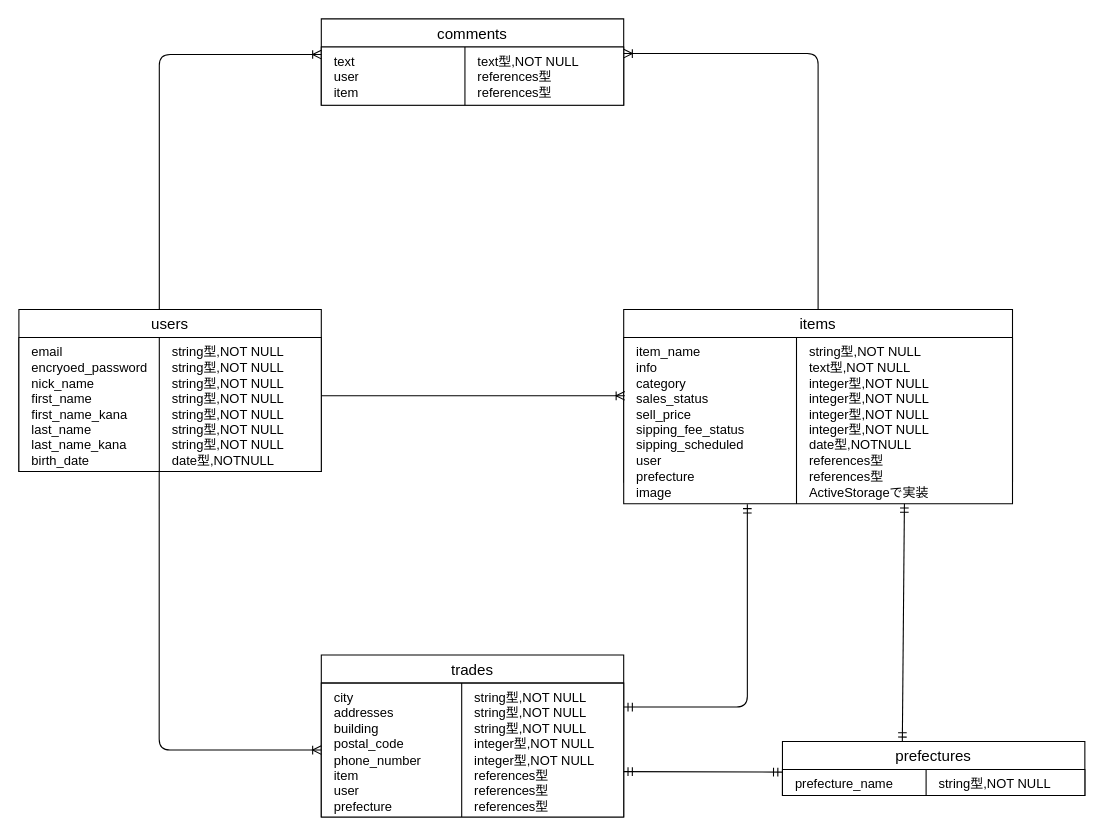
Earlier version of the draw.io diagram furima-32347.dio (vnork/furima-32347). Source tidied: cells renumbered, new cells numbered last; positions are measured from the earlier drawing's top-left corner, leaving out a move shared by most shapes. Both pictures are drawn from the tidied source at 108%, with x=0, y=0 at pixel (18, 18).
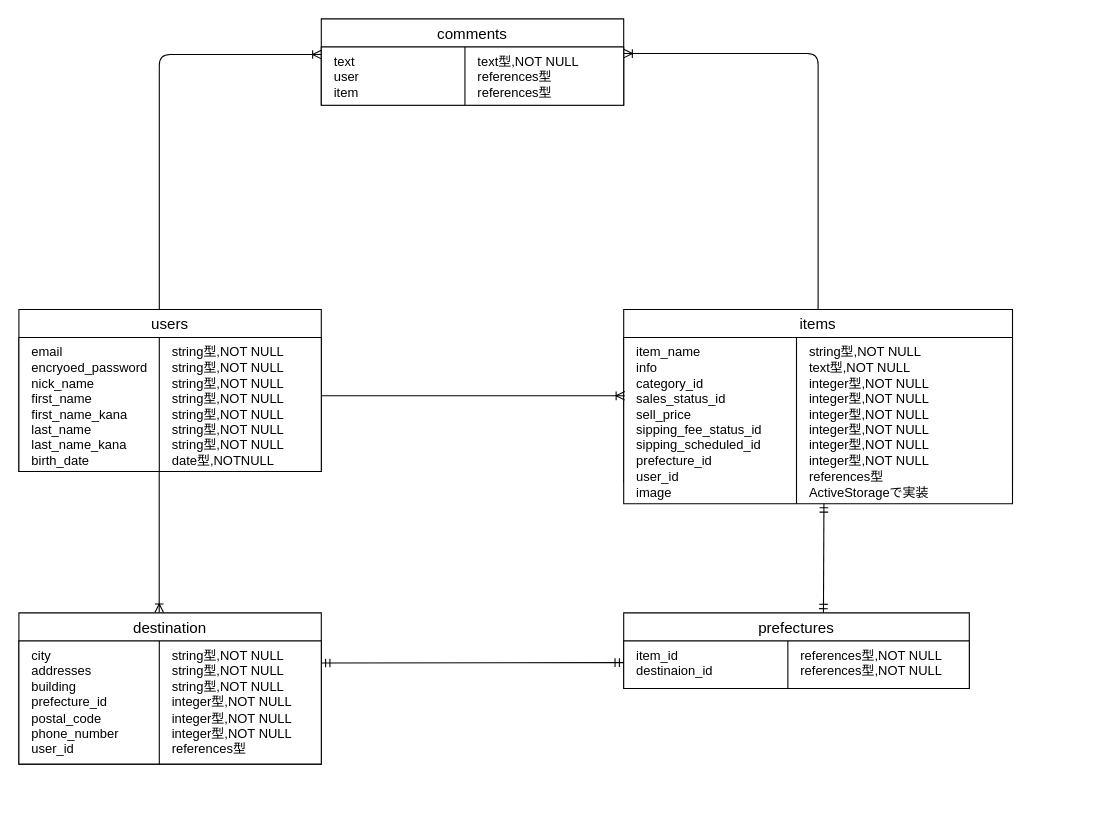
Above is the later version.

Commit message (it also covers changes not shown here):
データベース設計修正1

The change refers to these unchanged cells:
```xml
<mxCell id="3" style="shape=table;html=1;whiteSpace=wrap;startSize=0;childLayout=tableLayout;" parent="2" vertex="1">
  <mxGeometry y="26" width="280" height="124" as="geometry" />
</mxCell>
<mxCell id="9" style="shape=partialRectangle;html=1;whiteSpace=wrap;fillColor=none;top=0;left=0;bottom=0;right=0;points=[[0,0.5],[1,0.5]];portConstraint=eastwest;spacingLeft=2;" parent="8" vertex="1">
  <mxGeometry width="360" height="154" as="geometry" />
</mxCell>
```

The edit, as a diff of the source:
```diff
@@
-    <mxCell id="10" value="item_name&lt;br&gt;info&lt;br&gt;category&lt;br&gt;sales_status&lt;br&gt;sell_price&lt;br&gt;sipping_fee_status&lt;br&gt;sipping_scheduled&lt;br&gt;user&lt;br&gt;prefecture&lt;br&gt;image" style="shape=partialRectangle;html=1;whiteSpace=wrap;overflow=hidden;fillColor=none;top=0;left=0;bottom=0;right=0;align=left;spacingLeft=10;verticalAlign=top;" parent="9" vertex="1">
+    <mxCell id="10" value="item_name&lt;br&gt;info&lt;br&gt;category_id&lt;br&gt;sales_status_id&lt;br&gt;sell_price&lt;br&gt;sipping_fee_status_id&lt;br&gt;sipping_scheduled_id&lt;br&gt;prefecture_id&lt;br&gt;user_id&lt;br&gt;image" style="shape=partialRectangle;html=1;whiteSpace=wrap;overflow=hidden;fillColor=none;top=0;left=0;bottom=0;right=0;align=left;spacingLeft=10;verticalAlign=top;" parent="9" vertex="1">
       <mxGeometry width="160" height="154" as="geometry" />
     </mxCell>
-    <mxCell id="11" value="string型,NOT NULL&lt;br&gt;text型,NOT NULL&lt;br&gt;integer型,NOT NULL&lt;br&gt;integer型,NOT NULL&lt;br&gt;integer型,NOT NULL&lt;br&gt;integer型,NOT NULL&lt;br&gt;date型,NOTNULL&lt;br&gt;references型&lt;br&gt;references型&lt;br&gt;ActiveStorageで実装" style="shape=partialRectangle;html=1;whiteSpace=wrap;overflow=hidden;fillColor=none;top=0;left=0;bottom=0;right=0;align=left;spacingLeft=10;verticalAlign=top;" parent="9" vertex="1">
+    <mxCell id="11" value="string型,NOT NULL&lt;br&gt;text型,NOT NULL&lt;br&gt;integer型,NOT NULL&lt;br&gt;integer型,NOT NULL&lt;br&gt;integer型,NOT NULL&lt;br&gt;integer型,NOT NULL&lt;br&gt;integer型,NOT NULL&lt;br&gt;integer型,NOT NULL&lt;br&gt;references型&lt;br&gt;ActiveStorageで実装" style="shape=partialRectangle;html=1;whiteSpace=wrap;overflow=hidden;fillColor=none;top=0;left=0;bottom=0;right=0;align=left;spacingLeft=10;verticalAlign=top;" parent="9" vertex="1">
       <mxGeometry x="160" width="200" height="154" as="geometry" />
     </mxCell>
-    <mxCell id="12" value="trades" style="swimlane;fontStyle=0;horizontal=1;startSize=26;align=center;fontSize=14;swimlaneLine=1;" parent="1" vertex="1">
-      <mxGeometry x="280" y="589" width="280" height="150" as="geometry" />
+    <mxCell id="12" value="destination" style="swimlane;fontStyle=0;horizontal=1;startSize=26;align=center;fontSize=14;swimlaneLine=1;" parent="1" vertex="1">
+      <mxGeometry y="550" width="280" height="140" as="geometry" />
     </mxCell>
     <mxCell id="13" style="shape=table;html=1;whiteSpace=wrap;startSize=0;childLayout=tableLayout;" parent="12" vertex="1">
-      <mxGeometry y="26" width="280" height="124" as="geometry" />
+      <mxGeometry y="26" width="280" height="114" as="geometry" />
     </mxCell>
     <mxCell id="14" style="shape=partialRectangle;html=1;whiteSpace=wrap;fillColor=none;top=0;left=0;bottom=0;right=0;points=[[0,0.5],[1,0.5]];portConstraint=eastwest;spacingLeft=2;" parent="13" vertex="1">
-      <mxGeometry width="280" height="124" as="geometry" />
+      <mxGeometry width="280" height="114" as="geometry" />
     </mxCell>
-    <mxCell id="15" value="city&lt;br style=&quot;padding: 0px ; margin: 0px&quot;&gt;addresses&lt;br&gt;building&lt;br&gt;postal_code&lt;br style=&quot;padding: 0px ; margin: 0px&quot;&gt;phone_number&lt;span&gt;&lt;br&gt;item&lt;br&gt;user&lt;br&gt;&lt;/span&gt;prefecture&lt;span&gt;&lt;br&gt;&lt;br&gt;&lt;/span&gt;" style="shape=partialRectangle;html=1;whiteSpace=wrap;overflow=hidden;fillColor=none;top=0;left=0;bottom=0;right=0;align=left;spacingLeft=10;verticalAlign=top;" parent="14" vertex="1">
-      <mxGeometry width="130" height="124" as="geometry" />
+    <mxCell id="15" value="city&lt;br style=&quot;padding: 0px ; margin: 0px&quot;&gt;addresses&lt;br&gt;building&lt;br&gt;prefecture_id&lt;br&gt;postal_code&lt;br style=&quot;padding: 0px ; margin: 0px&quot;&gt;phone_number&lt;span&gt;&lt;br&gt;user_id&lt;br&gt;&lt;/span&gt;&lt;span&gt;&lt;br&gt;&lt;br&gt;&lt;/span&gt;" style="shape=partialRectangle;html=1;whiteSpace=wrap;overflow=hidden;fillColor=none;top=0;left=0;bottom=0;right=0;align=left;spacingLeft=10;verticalAlign=top;" parent="14" vertex="1">
+      <mxGeometry width="130" height="114" as="geometry" />
     </mxCell>
-    <mxCell id="16" value="string型,NOT NULL&lt;br&gt;string型,NOT NULL&lt;br&gt;string型,NOT NULL&lt;br&gt;integer型,NOT NULL&lt;br&gt;integer型,NOT NULL&lt;br&gt;references型&lt;br&gt;references型&lt;br&gt;references型" style="shape=partialRectangle;html=1;whiteSpace=wrap;overflow=hidden;fillColor=none;top=0;left=0;bottom=0;right=0;align=left;spacingLeft=10;verticalAlign=top;" parent="14" vertex="1">
-      <mxGeometry x="130" width="150" height="124" as="geometry" />
+    <mxCell id="16" value="string型,NOT NULL&lt;br&gt;string型,NOT NULL&lt;br&gt;string型,NOT NULL&lt;br&gt;integer型,NOT NULL&lt;br&gt;integer型,NOT NULL&lt;br&gt;integer型,NOT NULL&lt;br&gt;references型" style="shape=partialRectangle;html=1;whiteSpace=wrap;overflow=hidden;fillColor=none;top=0;left=0;bottom=0;right=0;align=left;spacingLeft=10;verticalAlign=top;" parent="14" vertex="1">
+      <mxGeometry x="130" width="150" height="114" as="geometry" />
     </mxCell>
     <mxCell id="17" value="prefectures" style="swimlane;fontStyle=0;horizontal=1;startSize=26;align=center;fontSize=14;swimlaneLine=1;" parent="1" vertex="1">
-      <mxGeometry x="707" y="669" width="280" height="50" as="geometry" />
+      <mxGeometry x="560" y="550" width="320" height="70" as="geometry" />
     </mxCell>
     <mxCell id="18" style="shape=table;html=1;whiteSpace=wrap;startSize=0;childLayout=tableLayout;" parent="17" vertex="1">
-      <mxGeometry y="26" width="280" height="24" as="geometry" />
+      <mxGeometry y="26" width="320" height="44" as="geometry" />
     </mxCell>
     <mxCell id="19" style="shape=partialRectangle;html=1;whiteSpace=wrap;fillColor=none;top=0;left=0;bottom=0;right=0;points=[[0,0.5],[1,0.5]];portConstraint=eastwest;spacingLeft=2;" parent="18" vertex="1">
-      <mxGeometry width="280" height="24" as="geometry" />
+      <mxGeometry width="320" height="44" as="geometry" />
     </mxCell>
-    <mxCell id="20" value="&lt;span&gt;prefecture_name&lt;br&gt;&lt;/span&gt;" style="shape=partialRectangle;html=1;whiteSpace=wrap;overflow=hidden;fillColor=none;top=0;left=0;bottom=0;right=0;align=left;spacingLeft=10;verticalAlign=top;" parent="19" vertex="1">
-      <mxGeometry width="133" height="24" as="geometry" />
+    <mxCell id="20" value="&lt;span&gt;item_id&lt;br&gt;destinaion_id&lt;br&gt;&lt;/span&gt;" style="shape=partialRectangle;html=1;whiteSpace=wrap;overflow=hidden;fillColor=none;top=0;left=0;bottom=0;right=0;align=left;spacingLeft=10;verticalAlign=top;" parent="19" vertex="1">
+      <mxGeometry width="152" height="44" as="geometry" />
     </mxCell>
-    <mxCell id="21" value="string型,NOT NULL" style="shape=partialRectangle;html=1;whiteSpace=wrap;overflow=hidden;fillColor=none;top=0;left=0;bottom=0;right=0;align=left;spacingLeft=10;verticalAlign=top;" parent="19" vertex="1">
-      <mxGeometry x="133" width="147" height="24" as="geometry" />
+    <mxCell id="21" value="references型,NOT NULL&lt;br&gt;references型,NOT NULL" style="shape=partialRectangle;html=1;whiteSpace=wrap;overflow=hidden;fillColor=none;top=0;left=0;bottom=0;right=0;align=left;spacingLeft=10;verticalAlign=top;" parent="19" vertex="1">
+      <mxGeometry x="152" width="168" height="44" as="geometry" />
     </mxCell>
@@
-    <mxCell id="23" style="edgeStyle=orthogonalEdgeStyle;fontSize=12;html=1;endArrow=ERoneToMany;entryX=0;entryY=0.5;entryDx=0;entryDy=0;elbow=vertical;exitX=0.464;exitY=1.001;exitDx=0;exitDy=0;exitPerimeter=0;" parent="1" edge="1" source="3" target="14">
+    <mxCell id="23" style="fontSize=12;html=1;endArrow=ERoneToMany;elbow=vertical;exitX=0.464;exitY=1.001;exitDx=0;exitDy=0;exitPerimeter=0;entryX=0.464;entryY=-0.002;entryDx=0;entryDy=0;entryPerimeter=0;" parent="1" edge="1" source="3" target="12">
       <mxGeometry relative="1" as="geometry" />
     </mxCell>
-    <mxCell id="24" style="edgeStyle=orthogonalEdgeStyle;fontSize=12;html=1;endArrow=ERmandOne;startArrow=ERmandOne;entryX=0.318;entryY=1.003;entryDx=0;entryDy=0;entryPerimeter=0;exitX=1;exitY=0.179;exitDx=0;exitDy=0;exitPerimeter=0;" parent="1" edge="1" source="14" target="9">
+    <mxCell id="24" style="fontSize=12;html=1;endArrow=ERmandOne;startArrow=ERmandOne;exitX=1;exitY=0.179;exitDx=0;exitDy=0;exitPerimeter=0;entryX=0;entryY=0.455;entryDx=0;entryDy=0;entryPerimeter=0;" parent="1" edge="1" source="14" target="19">
       <mxGeometry relative="1" as="geometry" />
     </mxCell>
-    <mxCell id="25" style="fontSize=12;html=1;endArrow=ERmandOne;startArrow=ERmandOne;entryX=-0.001;entryY=0.1;entryDx=0;entryDy=0;entryPerimeter=0;" parent="1" edge="1" target="18">
-      <mxGeometry relative="1" as="geometry">
-        <mxPoint x="560" y="697" as="sourcePoint" />
-      </mxGeometry>
-    </mxCell>
-    <mxCell id="26" style="fontSize=12;html=1;endArrow=ERmandOne;startArrow=ERmandOne;entryX=0.722;entryY=0.999;entryDx=0;entryDy=0;entryPerimeter=0;" parent="1" edge="1" target="9">
-      <mxGeometry relative="1" as="geometry">
-        <mxPoint x="818" y="669" as="sourcePoint" />
-      </mxGeometry>
+    <mxCell id="26" style="fontSize=12;html=1;endArrow=ERmandOne;startArrow=ERmandOne;entryX=0.515;entryY=0.998;entryDx=0;entryDy=0;entryPerimeter=0;exitX=0.578;exitY=0.001;exitDx=0;exitDy=0;exitPerimeter=0;" parent="1" edge="1" source="17" target="9">
+      <mxGeometry relative="1" as="geometry" />
     </mxCell>
```
